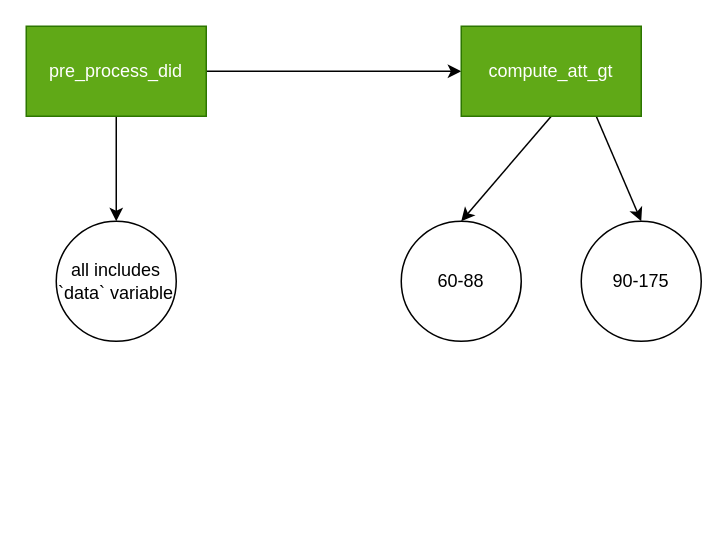
This is update_csdid.drawio from d2cml-ai/csdid-pyspark, a draw.io file, before an edit. Source tidied: cells renumbered, new cells numbered last; positions are measured from the earlier drawing's top-left corner, leaving out a move shared by most shapes. Both pictures are drawn from the tidied source at 150%, with x=0, y=0 at pixel (26, 26).
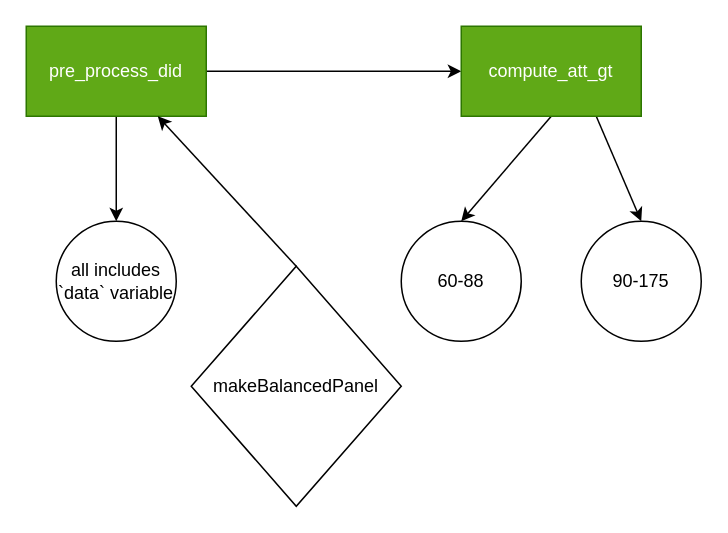
The same page after the edit.

Commit message (it also covers changes not shown here):
original line 158 almosto done

The edit, as a diff of the source:
```diff
@@
 <mxGraphModel>
   <root>
     <mxCell id="0" />
     <mxCell id="1" parent="0" />
     <mxCell id="2" style="edgeStyle=none;html=1;exitX=1;exitY=0.5;exitDx=0;exitDy=0;entryX=0;entryY=0.5;entryDx=0;entryDy=0;" parent="1" edge="1" source="4" target="7">
       <mxGeometry relative="1" as="geometry" />
     </mxCell>
     <mxCell id="3" style="edgeStyle=none;html=1;exitX=0.5;exitY=1;exitDx=0;exitDy=0;entryX=0.5;entryY=0;entryDx=0;entryDy=0;" parent="1" edge="1" source="4" target="8">
       <mxGeometry relative="1" as="geometry" />
     </mxCell>
     <mxCell id="4" value="pre_process_did" style="whiteSpace=wrap;html=1;fillColor=#60a917;fontColor=#ffffff;strokeColor=#2D7600;" parent="1" vertex="1">
       <mxGeometry width="120" height="60" as="geometry" />
     </mxCell>
     <mxCell id="5" style="edgeStyle=none;html=1;exitX=0.5;exitY=1;exitDx=0;exitDy=0;entryX=0.5;entryY=0;entryDx=0;entryDy=0;" parent="1" edge="1" source="7" target="9">
       <mxGeometry relative="1" as="geometry" />
     </mxCell>
     <mxCell id="6" style="edgeStyle=none;html=1;exitX=0.75;exitY=1;exitDx=0;exitDy=0;entryX=0.5;entryY=0;entryDx=0;entryDy=0;" parent="1" edge="1" source="7" target="10">
       <mxGeometry relative="1" as="geometry" />
     </mxCell>
     <mxCell id="7" value="compute_att_gt" style="whiteSpace=wrap;html=1;fillColor=#60a917;fontColor=#ffffff;strokeColor=#2D7600;" parent="1" vertex="1">
       <mxGeometry x="290" width="120" height="60" as="geometry" />
     </mxCell>
     <mxCell id="8" value="all includes `data` variable" style="ellipse;whiteSpace=wrap;html=1;" parent="1" vertex="1">
       <mxGeometry x="20" y="130" width="80" height="80" as="geometry" />
     </mxCell>
     <mxCell id="9" value="60-88" style="ellipse;whiteSpace=wrap;html=1;" parent="1" vertex="1">
       <mxGeometry x="250" y="130" width="80" height="80" as="geometry" />
     </mxCell>
     <mxCell id="10" value="90-175" style="ellipse;whiteSpace=wrap;html=1;" parent="1" vertex="1">
       <mxGeometry x="370" y="130" width="80" height="80" as="geometry" />
     </mxCell>
+    <mxCell id="11" style="edgeStyle=none;html=1;exitX=0.5;exitY=0;exitDx=0;exitDy=0;" parent="1" edge="1" source="12" target="4">
+      <mxGeometry relative="1" as="geometry" />
+    </mxCell>
+    <mxCell id="12" value="makeBalancedPanel" style="rhombus;whiteSpace=wrap;html=1;" parent="1" vertex="1">
+      <mxGeometry x="110" y="160" width="140" height="160" as="geometry" />
+    </mxCell>
   </root>
 </mxGraphModel>
```
